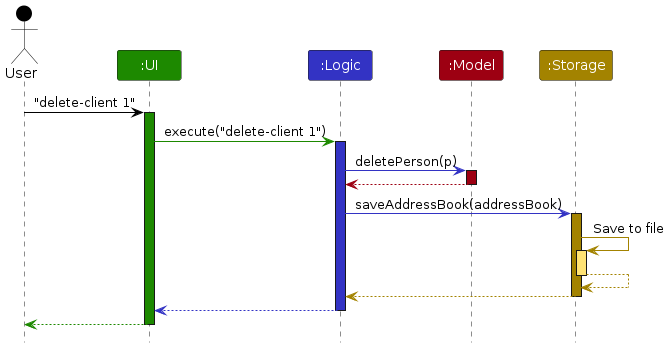
The PlantUML diagram diagrams/ArchitectureSequenceDiagram.png in AY2425S1-CS2103T-T14-3/tp, before a commit. Its source is kept beside it as diagrams/ArchitectureSequenceDiagram.puml.
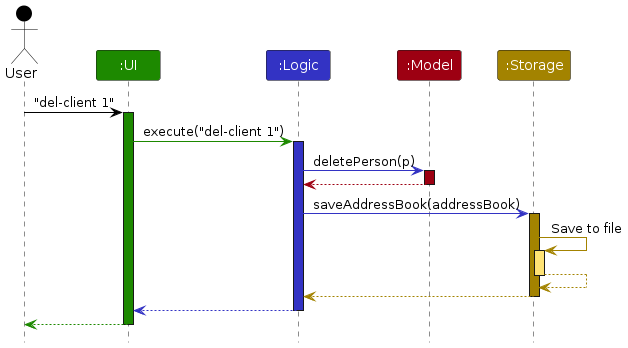
After the commit.

What changed in the source:
```diff
@@ -8,10 +8,10 @@
 Participant ":Model" as model MODEL_COLOR
 Participant ":Storage" as storage STORAGE_COLOR
 
-user -[USER_COLOR]> ui : "delete-client 1"
+user -[USER_COLOR]> ui : "del-client 1"
 activate ui UI_COLOR
 
-ui -[UI_COLOR]> logic : execute("delete-client 1")
+ui -[UI_COLOR]> logic : execute("del-client 1")
 activate logic LOGIC_COLOR
 
 logic -[LOGIC_COLOR]> model : deletePerson(p)
```
